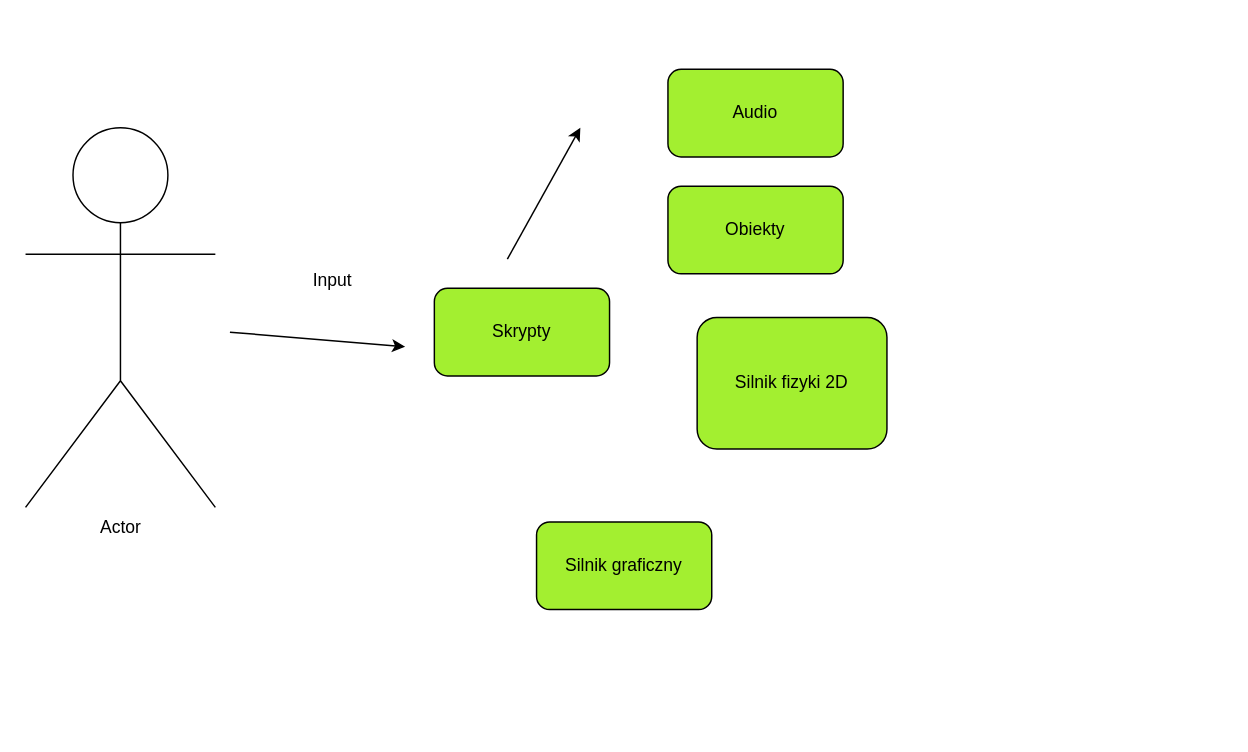
The draw.io diagram Architektura gry (1).drawio in tigy268/SPOJ, before the edit. Source tidied: cells renumbered, new cells numbered last; positions are measured from the earlier drawing's top-left corner, leaving out a move shared by most shapes. Both pictures are drawn from the tidied source at 146%, with x=0, y=0 at pixel (25, 69).
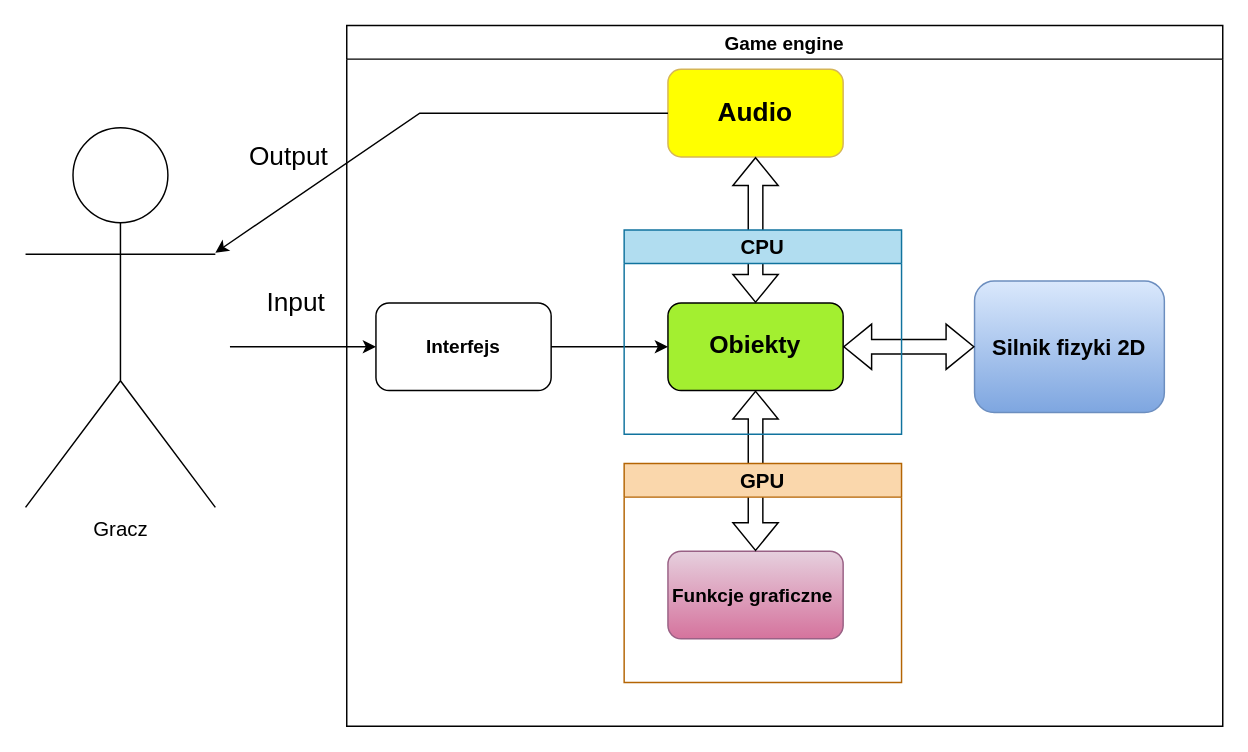
After the change.

The edit, as a diff of the source:
```diff
@@
-    <mxCell id="2" value="Actor" style="shape=umlActor;verticalLabelPosition=bottom;verticalAlign=top;html=1;outlineConnect=0;" parent="1" vertex="1">
+    <mxCell id="2" value="Gracz&lt;br style=&quot;font-size: 14px;&quot;&gt;" style="shape=umlActor;verticalLabelPosition=bottom;verticalAlign=top;html=1;outlineConnect=0;fontSize=14;" parent="1" vertex="1">
       <mxGeometry y="40" width="130" height="260" as="geometry" />
     </mxCell>
-    <mxCell id="3" value="Input" style="text;html=1;align=center;verticalAlign=middle;strokeColor=none;fillColor=none;" parent="1" vertex="1">
-      <mxGeometry x="185" y="130" width="50" height="30" as="geometry" />
+    <mxCell id="3" value="Input" style="text;html=1;align=center;verticalAlign=middle;strokeColor=none;fillColor=none;fontSize=18;fontStyle=0;" parent="1" vertex="1">
+      <mxGeometry x="155" y="140" width="60" height="40" as="geometry" />
     </mxCell>
-    <mxCell id="4" value="Silnik fizyki 2D" style="rounded=1;whiteSpace=wrap;html=1;fillColor=#A3EF30;gradientColor=none;" parent="1" vertex="1">
-      <mxGeometry x="460" y="170" width="130" height="90" as="geometry" />
+    <mxCell id="4" value="&lt;font size=&quot;1&quot; style=&quot;&quot;&gt;&lt;b style=&quot;font-size: 15px;&quot;&gt;Silnik fizyki 2D&lt;/b&gt;&lt;/font&gt;" style="rounded=1;whiteSpace=wrap;html=1;fillColor=#dae8fc;gradientColor=#7ea6e0;strokeColor=#6c8ebf;" parent="1" vertex="1">
+      <mxGeometry x="650" y="145" width="130" height="90" as="geometry" />
     </mxCell>
-    <mxCell id="5" value="Skrypty" style="rounded=1;whiteSpace=wrap;html=1;fillColor=#A3EF30;gradientColor=none;" parent="1" vertex="1">
-      <mxGeometry x="280" y="150" width="120" height="60" as="geometry" />
+    <mxCell id="5" value="&lt;b&gt;&lt;font style=&quot;font-size: 13px;&quot;&gt;Interfejs&lt;/font&gt;&lt;/b&gt;" style="rounded=1;whiteSpace=wrap;html=1;" parent="1" vertex="1">
+      <mxGeometry x="240" y="160" width="120" height="60" as="geometry" />
     </mxCell>
-    <mxCell id="6" style="endArrow=classic;html=1;rounded=0;" parent="1" edge="1">
+    <mxCell id="6" style="endArrow=classic;html=1;rounded=0;entryX=0;entryY=0.5;entryDx=0;entryDy=0;" parent="1" edge="1" target="5">
       <mxGeometry relative="1" as="geometry">
-        <mxPoint x="140" y="180" as="sourcePoint" />
-        <mxPoint x="260" y="190" as="targetPoint" />
+        <mxPoint x="140" y="190" as="sourcePoint" />
       </mxGeometry>
     </mxCell>
-    <mxCell id="7" style="endArrow=classic;html=1;rounded=0;" parent="1" edge="1">
-      <mxGeometry relative="1" as="geometry">
-        <mxPoint x="330" y="130" as="sourcePoint" />
-        <mxPoint x="380" y="40" as="targetPoint" />
-      </mxGeometry>
-    </mxCell>
-    <mxCell id="8" value="Audio" style="rounded=1;whiteSpace=wrap;html=1;fillColor=#A3EF30;gradientColor=none;" parent="1" vertex="1">
+    <mxCell id="8" value="&lt;font size=&quot;1&quot; style=&quot;&quot;&gt;&lt;b style=&quot;font-size: 18px;&quot;&gt;Audio&lt;/b&gt;&lt;/font&gt;" style="rounded=1;whiteSpace=wrap;html=1;fillColor=#FFFF00;strokeColor=#d6b656;" parent="1" vertex="1">
       <mxGeometry x="440" width="120" height="60" as="geometry" />
     </mxCell>
-    <mxCell id="9" value="Silnik graficzny" style="rounded=1;whiteSpace=wrap;html=1;fillColor=#A3EF30;gradientColor=none;" parent="1" vertex="1">
-      <mxGeometry x="350" y="310" width="120" height="60" as="geometry" />
+    <mxCell id="9" value="&lt;b&gt;&lt;font style=&quot;font-size: 13px;&quot;&gt;Funkcje graficzne&amp;nbsp;&lt;/font&gt;&lt;/b&gt;" style="rounded=1;whiteSpace=wrap;html=1;fillColor=#e6d0de;gradientColor=#d5739d;strokeColor=#996185;" parent="1" vertex="1">
+      <mxGeometry x="440" y="330" width="120" height="60" as="geometry" />
     </mxCell>
-    <mxCell id="10" value="Obiekty" style="rounded=1;whiteSpace=wrap;html=1;fillColor=#A3EF30;gradientColor=none;" parent="1" vertex="1">
-      <mxGeometry x="440" y="80" width="120" height="60" as="geometry" />
+    <mxCell id="10" value="&lt;font style=&quot;font-size: 17px;&quot;&gt;&lt;b&gt;Obiekty&lt;/b&gt;&lt;/font&gt;" style="rounded=1;whiteSpace=wrap;html=1;fillColor=#A3EF30;gradientColor=none;" parent="1" vertex="1">
+      <mxGeometry x="440" y="160" width="120" height="60" as="geometry" />
     </mxCell>
+    <mxCell id="11" style="endArrow=classic;html=1;rounded=0;fontSize=18;" parent="1" edge="1" source="8" target="2">
+      <mxGeometry relative="1" as="geometry">
+        <Array as="points">
+          <mxPoint x="270" y="30" />
+        </Array>
+      </mxGeometry>
+    </mxCell>
+    <mxCell id="12" value="Output" style="text;html=1;align=center;verticalAlign=middle;strokeColor=none;fillColor=none;fontSize=18;fontStyle=0;" parent="1" vertex="1">
+      <mxGeometry x="140" y="40" width="80" height="40" as="geometry" />
+    </mxCell>
+    <mxCell id="13" style="endArrow=classic;html=1;rounded=0;fontSize=13;exitX=1;exitY=0.5;exitDx=0;exitDy=0;entryX=0;entryY=0.5;entryDx=0;entryDy=0;" parent="1" edge="1" source="5" target="10">
+      <mxGeometry relative="1" as="geometry" />
+    </mxCell>
+    <mxCell id="14" style="shape=flexArrow;endArrow=classic;startArrow=classic;html=1;rounded=0;fontSize=13;entryX=0;entryY=0.5;entryDx=0;entryDy=0;exitX=1;exitY=0.5;exitDx=0;exitDy=0;" parent="1" edge="1" source="10" target="4">
+      <mxGeometry relative="1" as="geometry" />
+    </mxCell>
+    <mxCell id="15" style="shape=flexArrow;endArrow=classic;startArrow=classic;html=1;rounded=0;fontSize=13;entryX=0.5;entryY=1;entryDx=0;entryDy=0;" parent="1" edge="1" source="10" target="8">
+      <mxGeometry relative="1" as="geometry" />
+    </mxCell>
+    <mxCell id="16" style="shape=flexArrow;endArrow=classic;startArrow=classic;html=1;rounded=0;fontSize=13;entryX=0.5;entryY=1;entryDx=0;entryDy=0;exitX=0.5;exitY=0;exitDx=0;exitDy=0;" parent="1" edge="1" source="9" target="10">
+      <mxGeometry relative="1" as="geometry" />
+    </mxCell>
+    <mxCell id="17" value="Game engine" style="swimlane;whiteSpace=wrap;html=1;fontSize=13;" parent="1" vertex="1">
+      <mxGeometry x="220" y="-30" width="600" height="480" as="geometry" />
+    </mxCell>
+    <mxCell id="18" value="GPU" style="swimlane;whiteSpace=wrap;html=1;fontSize=14;fillColor=#fad7ac;strokeColor=#b46504;" parent="17" vertex="1">
+      <mxGeometry x="190" y="300" width="190" height="150" as="geometry" />
+    </mxCell>
+    <mxCell id="19" value="CPU&lt;br&gt;" style="swimlane;whiteSpace=wrap;html=1;fontSize=14;fillColor=#b1ddf0;strokeColor=#10739e;" parent="17" vertex="1">
+      <mxGeometry x="190" y="140" width="190" height="140" as="geometry" />
+    </mxCell>
```
